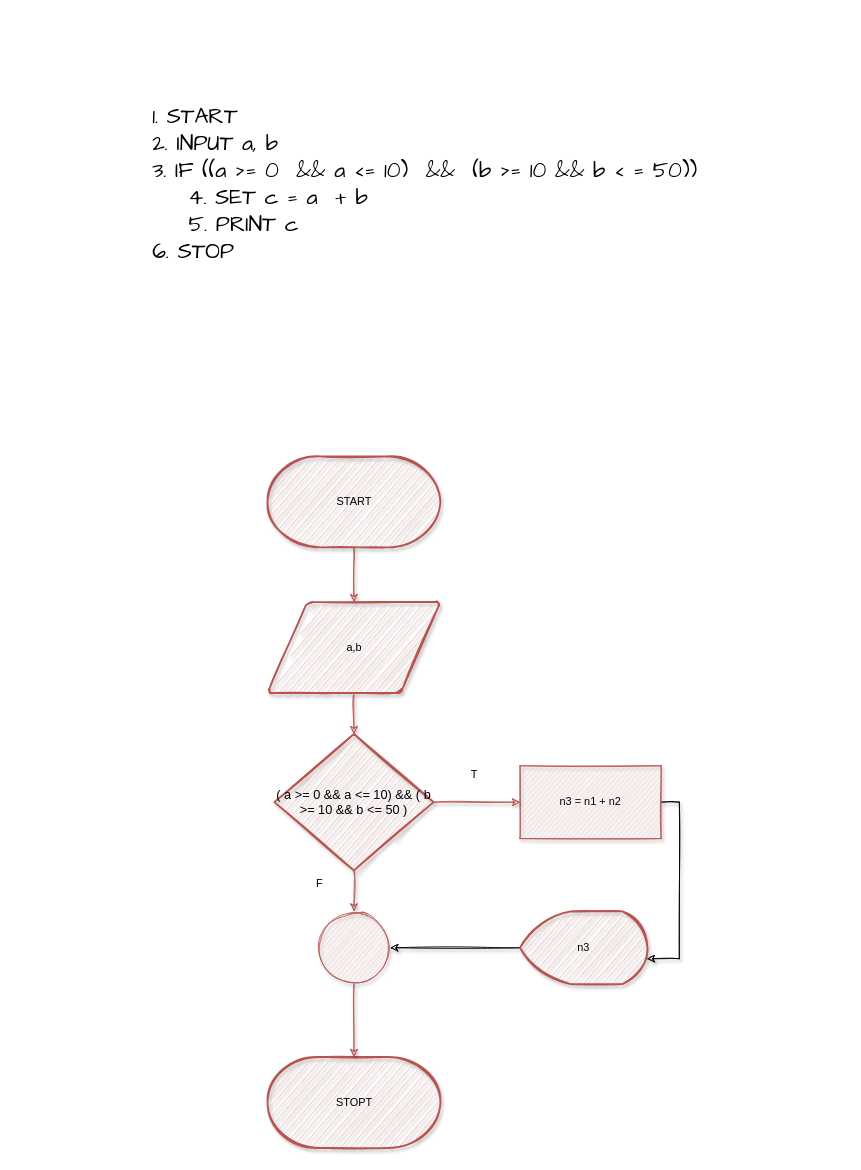
Earlier version of the draw.io diagram p4.drawio (sctnightcore/draw_io_for_me). Source tidied: cells renumbered, new cells numbered last; positions are measured from the earlier drawing's top-left corner, leaving out a move shared by most shapes. Both pictures are drawn from the tidied source at 91%, with x=0, y=0 at pixel (19, 19).
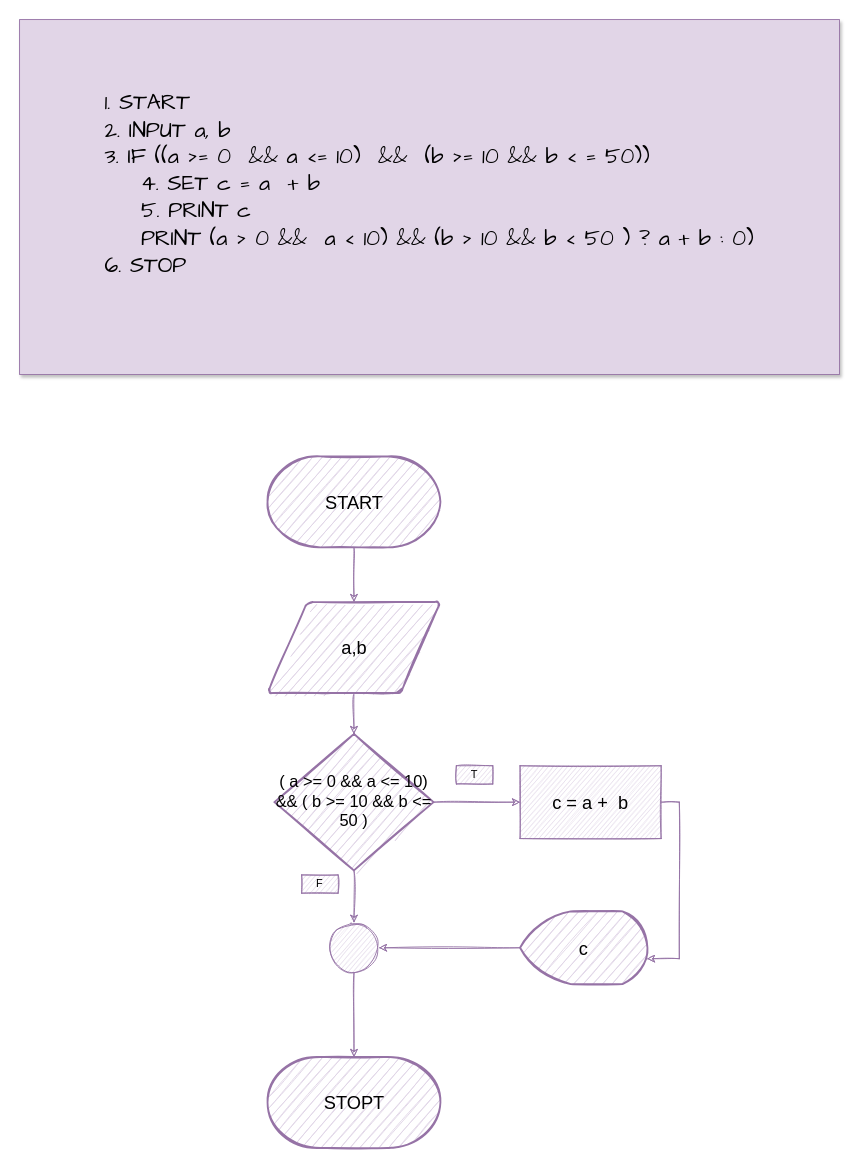
The same diagram, later.

Diff of the diagram source:
```diff
@@
 <mxGraphModel>
   <root>
     <mxCell id="0" />
     <mxCell id="1" parent="0" />
-    <mxCell id="2" style="edgeStyle=orthogonalEdgeStyle;rounded=0;jettySize=auto;html=1;exitX=0.5;exitY=1;exitDx=0;exitDy=0;exitPerimeter=0;entryX=0.5;entryY=0;entryDx=0;entryDy=0;fillColor=#f8cecc;strokeColor=#b85450;sketch=1;shadow=1;" parent="1" edge="1" source="3" target="6">
+    <mxCell id="2" style="edgeStyle=orthogonalEdgeStyle;rounded=0;jettySize=auto;html=1;exitX=0.5;exitY=1;exitDx=0;exitDy=0;exitPerimeter=0;entryX=0.5;entryY=0;entryDx=0;entryDy=0;fillColor=#e1d5e7;strokeColor=#9673a6;sketch=1;shadow=0;" parent="1" edge="1" source="3" target="6">
       <mxGeometry relative="1" as="geometry" />
     </mxCell>
-    <mxCell id="3" value="START" style="strokeWidth=2;html=1;shape=mxgraph.flowchart.terminator;whiteSpace=wrap;fillColor=#f8cecc;strokeColor=#b85450;sketch=1;shadow=1;" parent="1" vertex="1">
+    <mxCell id="3" value="&lt;font style=&quot;font-size: 20px&quot;&gt;START&lt;/font&gt;" style="strokeWidth=2;html=1;shape=mxgraph.flowchart.terminator;whiteSpace=wrap;fillColor=#e1d5e7;strokeColor=#9673a6;sketch=1;shadow=0;" parent="1" vertex="1">
       <mxGeometry x="272.5" y="480" width="190" height="100" as="geometry" />
     </mxCell>
-    <mxCell id="4" value="STOPT" style="strokeWidth=2;html=1;shape=mxgraph.flowchart.terminator;whiteSpace=wrap;fillColor=#f8cecc;strokeColor=#b85450;sketch=1;shadow=1;" parent="1" vertex="1">
+    <mxCell id="4" value="&lt;font style=&quot;font-size: 20px&quot;&gt;STOPT&lt;/font&gt;" style="strokeWidth=2;html=1;shape=mxgraph.flowchart.terminator;whiteSpace=wrap;fillColor=#e1d5e7;strokeColor=#9673a6;sketch=1;shadow=0;" parent="1" vertex="1">
       <mxGeometry x="272.5" y="1140" width="190" height="100" as="geometry" />
     </mxCell>
-    <mxCell id="5" style="edgeStyle=orthogonalEdgeStyle;rounded=0;jettySize=auto;html=1;exitX=0.5;exitY=1;exitDx=0;exitDy=0;entryX=0.5;entryY=0;entryDx=0;entryDy=0;entryPerimeter=0;fillColor=#f8cecc;strokeColor=#b85450;sketch=1;shadow=1;" parent="1" edge="1" source="6" target="11">
+    <mxCell id="5" style="edgeStyle=orthogonalEdgeStyle;rounded=0;jettySize=auto;html=1;exitX=0.5;exitY=1;exitDx=0;exitDy=0;entryX=0.5;entryY=0;entryDx=0;entryDy=0;entryPerimeter=0;fillColor=#e1d5e7;strokeColor=#9673a6;sketch=1;shadow=0;" parent="1" edge="1" source="6" target="11">
       <mxGeometry relative="1" as="geometry" />
     </mxCell>
-    <mxCell id="6" value="a,b" style="shape=parallelogram;html=1;strokeWidth=2;perimeter=parallelogramPerimeter;whiteSpace=wrap;rounded=1;arcSize=12;size=0.23;fillColor=#f8cecc;strokeColor=#b85450;sketch=1;shadow=1;" parent="1" vertex="1">
+    <mxCell id="6" value="&lt;font style=&quot;font-size: 20px&quot;&gt;a,b&lt;/font&gt;" style="shape=parallelogram;html=1;strokeWidth=2;perimeter=parallelogramPerimeter;whiteSpace=wrap;rounded=1;arcSize=12;size=0.23;fillColor=#e1d5e7;strokeColor=#9673a6;sketch=1;shadow=0;" parent="1" vertex="1">
       <mxGeometry x="272.5" y="640" width="190" height="100" as="geometry" />
     </mxCell>
-    <mxCell id="7" style="edgeStyle=orthogonalEdgeStyle;rounded=0;sketch=1;jettySize=auto;html=1;exitX=1;exitY=0.5;exitDx=0;exitDy=0;entryX=0.997;entryY=0.65;entryDx=0;entryDy=0;entryPerimeter=0;shadow=1;" parent="1" edge="1" source="8" target="16">
+    <mxCell id="7" style="edgeStyle=orthogonalEdgeStyle;rounded=0;sketch=1;jettySize=auto;html=1;exitX=1;exitY=0.5;exitDx=0;exitDy=0;entryX=0.997;entryY=0.65;entryDx=0;entryDy=0;entryPerimeter=0;shadow=0;fillColor=#e1d5e7;strokeColor=#9673a6;" parent="1" edge="1" source="8" target="16">
       <mxGeometry relative="1" as="geometry" />
     </mxCell>
-    <mxCell id="8" value="n3 = n1 + n2" style="rounded=0;whiteSpace=wrap;html=1;fillColor=#f8cecc;strokeColor=#b85450;sketch=1;shadow=1;" parent="1" vertex="1">
+    <mxCell id="8" value="&lt;font style=&quot;font-size: 20px&quot;&gt;c = a +&amp;nbsp; b&lt;/font&gt;" style="rounded=0;whiteSpace=wrap;html=1;fillColor=#e1d5e7;strokeColor=#9673a6;sketch=1;shadow=0;" parent="1" vertex="1">
       <mxGeometry x="550" y="820" width="155" height="80" as="geometry" />
     </mxCell>
-    <mxCell id="9" style="edgeStyle=orthogonalEdgeStyle;rounded=0;jettySize=auto;html=1;exitX=1;exitY=0.5;exitDx=0;exitDy=0;exitPerimeter=0;entryX=0;entryY=0.5;entryDx=0;entryDy=0;fillColor=#f8cecc;strokeColor=#b85450;sketch=1;shadow=1;" parent="1" edge="1" source="11" target="8">
+    <mxCell id="9" style="edgeStyle=orthogonalEdgeStyle;rounded=0;jettySize=auto;html=1;exitX=1;exitY=0.5;exitDx=0;exitDy=0;exitPerimeter=0;entryX=0;entryY=0.5;entryDx=0;entryDy=0;fillColor=#e1d5e7;strokeColor=#9673a6;sketch=1;shadow=0;" parent="1" edge="1" source="11" target="8">
       <mxGeometry relative="1" as="geometry" />
     </mxCell>
-    <mxCell id="10" style="edgeStyle=orthogonalEdgeStyle;rounded=0;jettySize=auto;html=1;exitX=0.5;exitY=1;exitDx=0;exitDy=0;exitPerimeter=0;entryX=0.5;entryY=0;entryDx=0;entryDy=0;fillColor=#f8cecc;strokeColor=#b85450;sketch=1;shadow=1;" parent="1" edge="1" source="11" target="13">
+    <mxCell id="10" style="edgeStyle=orthogonalEdgeStyle;rounded=0;jettySize=auto;html=1;exitX=0.5;exitY=1;exitDx=0;exitDy=0;exitPerimeter=0;entryX=0.5;entryY=0;entryDx=0;entryDy=0;fillColor=#e1d5e7;strokeColor=#9673a6;sketch=1;shadow=0;" parent="1" edge="1" source="11" target="13">
       <mxGeometry relative="1" as="geometry" />
     </mxCell>
-    <mxCell id="11" value="&lt;font style=&quot;font-size: 14px&quot;&gt;( a &amp;gt;= 0 &amp;amp;&amp;amp; a &amp;lt;= 10) &amp;amp;&amp;amp; ( b &amp;gt;= 10 &amp;amp;&amp;amp; b &amp;lt;= 50 )&lt;/font&gt;" style="strokeWidth=2;html=1;shape=mxgraph.flowchart.decision;whiteSpace=wrap;fillColor=#f8cecc;strokeColor=#b85450;sketch=1;shadow=1;" parent="1" vertex="1">
+    <mxCell id="11" value="&lt;font style=&quot;font-size: 18px&quot;&gt;( a &amp;gt;= 0 &amp;amp;&amp;amp; a &amp;lt;= 10) &amp;amp;&amp;amp; ( b &amp;gt;= 10 &amp;amp;&amp;amp; b &amp;lt;= 50 )&lt;/font&gt;" style="strokeWidth=2;html=1;shape=mxgraph.flowchart.decision;whiteSpace=wrap;fillColor=#e1d5e7;strokeColor=#9673a6;sketch=1;shadow=0;" parent="1" vertex="1">
       <mxGeometry x="280" y="785" width="175" height="150" as="geometry" />
     </mxCell>
-    <mxCell id="12" style="edgeStyle=orthogonalEdgeStyle;rounded=0;jettySize=auto;html=1;exitX=0.5;exitY=1;exitDx=0;exitDy=0;entryX=0.5;entryY=0;entryDx=0;entryDy=0;entryPerimeter=0;fillColor=#f8cecc;strokeColor=#b85450;sketch=1;shadow=1;" parent="1" edge="1" source="13" target="4">
+    <mxCell id="12" style="edgeStyle=orthogonalEdgeStyle;rounded=0;jettySize=auto;html=1;exitX=0.5;exitY=1;exitDx=0;exitDy=0;entryX=0.5;entryY=0;entryDx=0;entryDy=0;entryPerimeter=0;fillColor=#e1d5e7;strokeColor=#9673a6;sketch=1;shadow=0;" parent="1" edge="1" source="13" target="4">
       <mxGeometry relative="1" as="geometry" />
     </mxCell>
-    <mxCell id="13" style="ellipse;whiteSpace=wrap;html=1;fillColor=#f8cecc;strokeColor=#b85450;sketch=1;shadow=1;" parent="1" vertex="1">
-      <mxGeometry x="327.5" y="980" width="80" height="80" as="geometry" />
+    <mxCell id="13" style="ellipse;whiteSpace=wrap;html=1;fillColor=#e1d5e7;strokeColor=#9673a6;sketch=1;shadow=0;" parent="1" vertex="1">
+      <mxGeometry x="340" y="992.5" width="55" height="55" as="geometry" />
     </mxCell>
-    <mxCell id="14" value="&lt;div style=&quot;text-align: left ; font-size: 24px&quot;&gt;&lt;font style=&quot;font-size: 24px&quot; face=&quot;Comic Sans MS&quot;&gt;1. START&lt;/font&gt;&lt;/div&gt;&lt;div style=&quot;text-align: left ; font-size: 24px&quot;&gt;&lt;span&gt;&lt;font style=&quot;font-size: 24px&quot; face=&quot;Comic Sans MS&quot;&gt;2. INPUT a, b&lt;/font&gt;&lt;/span&gt;&lt;/div&gt;&lt;div style=&quot;text-align: left ; font-size: 24px&quot;&gt;&lt;span&gt;&lt;font style=&quot;font-size: 24px&quot; face=&quot;Comic Sans MS&quot;&gt;3. IF ((a &amp;gt;= 0&amp;nbsp; &amp;amp;&amp;amp; a &amp;lt;= 10)&amp;nbsp; &amp;amp;&amp;amp;&amp;nbsp; (b &amp;gt;= 10 &amp;amp;&amp;amp; b &amp;lt; = 50))&amp;nbsp;&lt;/font&gt;&lt;/span&gt;&lt;/div&gt;&lt;blockquote style=&quot;margin: 0px 0px 0px 40px ; border: none ; padding: 0px ; font-size: 24px&quot;&gt;&lt;div style=&quot;text-align: left&quot;&gt;&lt;span&gt;&lt;font style=&quot;font-size: 24px&quot; face=&quot;Comic Sans MS&quot;&gt;4. SET c = a&amp;nbsp; + b&lt;/font&gt;&lt;/span&gt;&lt;/div&gt;&lt;/blockquote&gt;&lt;blockquote style=&quot;margin: 0px 0px 0px 40px ; border: none ; padding: 0px ; font-size: 24px&quot;&gt;&lt;div style=&quot;text-align: left&quot;&gt;&lt;span&gt;&lt;font style=&quot;font-size: 24px&quot; face=&quot;Comic Sans MS&quot;&gt;5. PRINT c&lt;/font&gt;&lt;/span&gt;&lt;/div&gt;&lt;/blockquote&gt;&lt;div style=&quot;text-align: left ; font-size: 24px&quot;&gt;&lt;font style=&quot;font-size: 24px&quot; face=&quot;Comic Sans MS&quot;&gt;6. STOP&lt;/font&gt;&lt;/div&gt;&lt;div style=&quot;text-align: left ; font-size: 24px&quot;&gt;&lt;br&gt;&lt;/div&gt;" style="text;html=1;strokeColor=none;fillColor=none;align=center;verticalAlign=middle;whiteSpace=wrap;rounded=0;shadow=1;" parent="1" vertex="1">
+    <mxCell id="14" value="&lt;div style=&quot;text-align: left ; font-size: 24px&quot;&gt;&lt;font style=&quot;font-size: 24px&quot; face=&quot;Comic Sans MS&quot;&gt;1. START&lt;/font&gt;&lt;/div&gt;&lt;div style=&quot;text-align: left ; font-size: 24px&quot;&gt;&lt;span&gt;&lt;font style=&quot;font-size: 24px&quot; face=&quot;Comic Sans MS&quot;&gt;2. INPUT a, b&lt;/font&gt;&lt;/span&gt;&lt;/div&gt;&lt;div style=&quot;text-align: left ; font-size: 24px&quot;&gt;&lt;span&gt;&lt;font style=&quot;font-size: 24px&quot; face=&quot;Comic Sans MS&quot;&gt;3. IF ((a &amp;gt;= 0&amp;nbsp; &amp;amp;&amp;amp; a &amp;lt;= 10)&amp;nbsp; &amp;amp;&amp;amp;&amp;nbsp; (b &amp;gt;= 10 &amp;amp;&amp;amp; b &amp;lt; = 50))&amp;nbsp;&lt;/font&gt;&lt;/span&gt;&lt;/div&gt;&lt;blockquote style=&quot;margin: 0px 0px 0px 40px ; border: none ; padding: 0px ; font-size: 24px&quot;&gt;&lt;div style=&quot;text-align: left&quot;&gt;&lt;span&gt;&lt;font style=&quot;font-size: 24px&quot; face=&quot;Comic Sans MS&quot;&gt;4. SET c = a&amp;nbsp; + b&lt;/font&gt;&lt;/span&gt;&lt;/div&gt;&lt;/blockquote&gt;&lt;blockquote style=&quot;margin: 0px 0px 0px 40px ; border: none ; padding: 0px ; font-size: 24px&quot;&gt;&lt;div style=&quot;text-align: left&quot;&gt;&lt;span&gt;&lt;font style=&quot;font-size: 24px&quot; face=&quot;Comic Sans MS&quot;&gt;5. PRINT c&lt;/font&gt;&lt;/span&gt;&lt;/div&gt;&lt;div style=&quot;text-align: left&quot;&gt;&lt;span&gt;&lt;font style=&quot;font-size: 24px&quot; face=&quot;Comic Sans MS&quot;&gt;PRINT (a &amp;gt; 0 &amp;amp;&amp;amp;&amp;nbsp; a &amp;lt; 10) &amp;amp;&amp;amp; (b &amp;gt; 10 &amp;amp;&amp;amp; b &amp;lt; 50 ) ? a + b : 0)&lt;/font&gt;&lt;/span&gt;&lt;/div&gt;&lt;/blockquote&gt;&lt;div style=&quot;text-align: left ; font-size: 24px&quot;&gt;&lt;font style=&quot;font-size: 24px&quot; face=&quot;Comic Sans MS&quot;&gt;6. STOP&lt;/font&gt;&lt;/div&gt;&lt;div style=&quot;text-align: left ; font-size: 24px&quot;&gt;&lt;br&gt;&lt;/div&gt;" style="text;html=1;strokeColor=#9673a6;fillColor=#e1d5e7;align=center;verticalAlign=middle;whiteSpace=wrap;rounded=0;shadow=1;" parent="1" vertex="1">
       <mxGeometry width="901" height="390" as="geometry" />
     </mxCell>
-    <mxCell id="15" style="edgeStyle=orthogonalEdgeStyle;rounded=0;sketch=1;jettySize=auto;html=1;exitX=0;exitY=0.5;exitDx=0;exitDy=0;exitPerimeter=0;entryX=1;entryY=0.5;entryDx=0;entryDy=0;shadow=1;" parent="1" edge="1" source="16" target="13">
+    <mxCell id="15" style="edgeStyle=orthogonalEdgeStyle;rounded=0;sketch=1;jettySize=auto;html=1;exitX=0;exitY=0.5;exitDx=0;exitDy=0;exitPerimeter=0;entryX=1;entryY=0.5;entryDx=0;entryDy=0;shadow=0;fillColor=#e1d5e7;strokeColor=#9673a6;" parent="1" edge="1" source="16" target="13">
       <mxGeometry relative="1" as="geometry" />
     </mxCell>
-    <mxCell id="16" value="n3" style="strokeWidth=2;html=1;shape=mxgraph.flowchart.display;whiteSpace=wrap;shadow=1;fillColor=#f8cecc;strokeColor=#b85450;sketch=1;" parent="1" vertex="1">
+    <mxCell id="16" value="&lt;font style=&quot;font-size: 20px&quot;&gt;c&lt;/font&gt;" style="strokeWidth=2;html=1;shape=mxgraph.flowchart.display;whiteSpace=wrap;shadow=0;fillColor=#e1d5e7;strokeColor=#9673a6;sketch=1;" parent="1" vertex="1">
       <mxGeometry x="550" y="980" width="140" height="80" as="geometry" />
     </mxCell>
-    <mxCell id="17" value="F" style="text;html=1;strokeColor=none;fillColor=none;align=center;verticalAlign=middle;whiteSpace=wrap;rounded=0;shadow=1;sketch=1;" parent="1" vertex="1">
+    <mxCell id="17" value="F" style="text;html=1;strokeColor=#9673a6;fillColor=#e1d5e7;align=center;verticalAlign=middle;whiteSpace=wrap;rounded=0;shadow=0;sketch=1;" parent="1" vertex="1">
       <mxGeometry x="310" y="940" width="40" height="20" as="geometry" />
     </mxCell>
-    <mxCell id="18" value="T" style="text;html=1;strokeColor=none;fillColor=none;align=center;verticalAlign=middle;whiteSpace=wrap;rounded=0;shadow=1;sketch=1;" parent="1" vertex="1">
+    <mxCell id="18" value="T" style="text;html=1;strokeColor=#9673a6;fillColor=#e1d5e7;align=center;verticalAlign=middle;whiteSpace=wrap;rounded=0;shadow=0;sketch=1;" parent="1" vertex="1">
       <mxGeometry x="480" y="820" width="40" height="20" as="geometry" />
     </mxCell>
   </root>
 </mxGraphModel>
```
